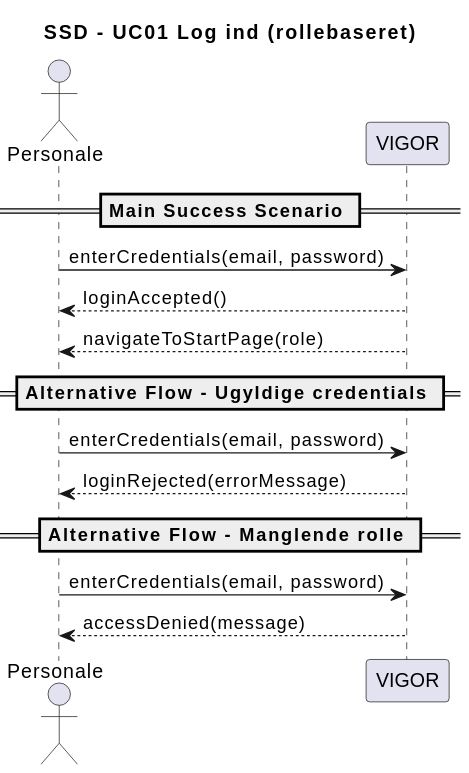
The PlantUML diagram Documentation/Diagrammer/UC01SSD.svg in JohnnyBjerring/VIGOR, before a commit. Source of this version:
```plantuml
@startuml
title SSD - UC01 Log ind (rollebaseret)

actor Personale
participant "VIGOR" as System

== Main Success Scenario ==

Personale -> System : enterCredentials(email, password)
System --> Personale : loginAccepted()
System --> Personale : navigateToStartPage(role)

== Alternative Flow - Ugyldige credentials ==

Personale -> System : enterCredentials(email, password)
System --> Personale : loginRejected(errorMessage)

== Alternative Flow - Manglende rolle ==

Personale -> System : enterCredentials(email, password)
System --> Personale : accessDenied(message)
@enduml
```
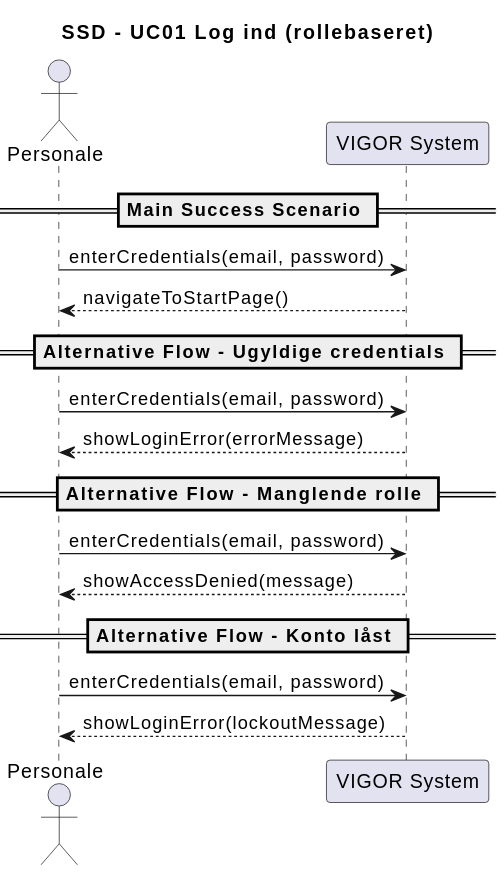
The same file after the commit.

The edit, as a diff of the source:
```diff
@@ -2,21 +2,25 @@
 title SSD - UC01 Log ind (rollebaseret)
 
 actor Personale
-participant "VIGOR" as System
+participant "VIGOR System" as System
 
 == Main Success Scenario ==
 
 Personale -> System : enterCredentials(email, password)
-System --> Personale : loginAccepted()
-System --> Personale : navigateToStartPage(role)
+System --> Personale : navigateToStartPage()
 
 == Alternative Flow - Ugyldige credentials ==
 
 Personale -> System : enterCredentials(email, password)
-System --> Personale : loginRejected(errorMessage)
+System --> Personale : showLoginError(errorMessage)
 
 == Alternative Flow - Manglende rolle ==
 
 Personale -> System : enterCredentials(email, password)
-System --> Personale : accessDenied(message)
+System --> Personale : showAccessDenied(message)
+
+== Alternative Flow - Konto låst ==
+
+Personale -> System : enterCredentials(email, password)
+System --> Personale : showLoginError(lockoutMessage)
 @enduml
```
